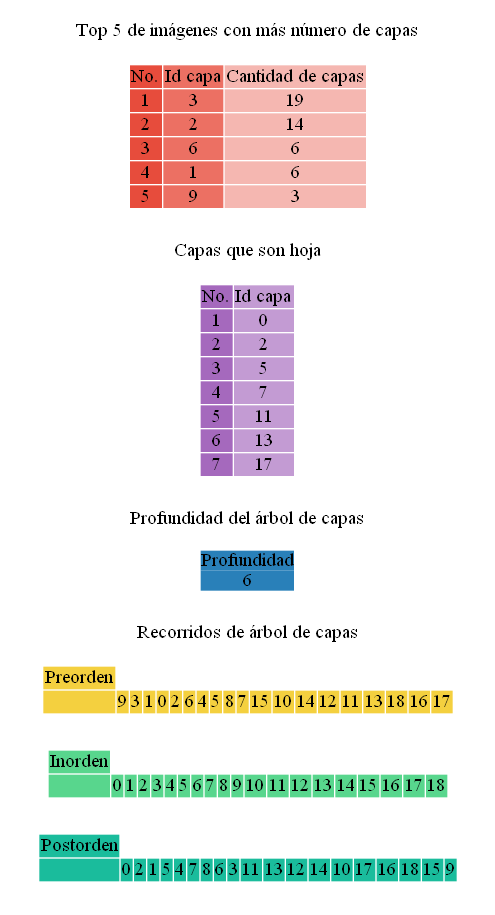
This is Fase 2/Reportes de Usuario/4999062130101/Reportes.png from LuisaMariaO/EDD_UDRAWING_FASE_202003381, a Graphviz export, as it was before one commit. Its source is kept beside it as Fase 2/Reportes de Usuario/4999062130101/Reportes.dot.
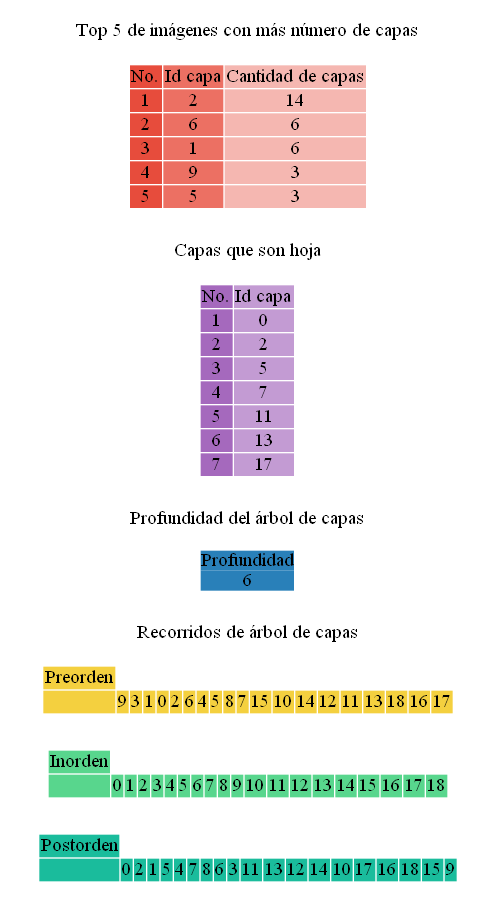
The same diagram one commit later.

The edit, as a diff of the source:
```diff
@@ -94,27 +94,27 @@
 </TR>
 <TR>
 <TD BGCOLOR="#E74C3C">1</TD>
-<TD BGCOLOR="#EC7063">3</TD>
-<TD BGCOLOR="#F5B7B1">19</TD>
-</TR>
-<TR>
-<TD BGCOLOR="#E74C3C">2</TD>
 <TD BGCOLOR="#EC7063">2</TD>
 <TD BGCOLOR="#F5B7B1">14</TD>
 </TR>
 <TR>
-<TD BGCOLOR="#E74C3C">3</TD>
+<TD BGCOLOR="#E74C3C">2</TD>
 <TD BGCOLOR="#EC7063">6</TD>
 <TD BGCOLOR="#F5B7B1">6</TD>
 </TR>
 <TR>
-<TD BGCOLOR="#E74C3C">4</TD>
+<TD BGCOLOR="#E74C3C">3</TD>
 <TD BGCOLOR="#EC7063">1</TD>
 <TD BGCOLOR="#F5B7B1">6</TD>
 </TR>
 <TR>
+<TD BGCOLOR="#E74C3C">4</TD>
+<TD BGCOLOR="#EC7063">9</TD>
+<TD BGCOLOR="#F5B7B1">3</TD>
+</TR>
+<TR>
 <TD BGCOLOR="#E74C3C">5</TD>
-<TD BGCOLOR="#EC7063">9</TD>
+<TD BGCOLOR="#EC7063">5</TD>
 <TD BGCOLOR="#F5B7B1">3</TD>
 </TR>
 </TABLE>>]
```
